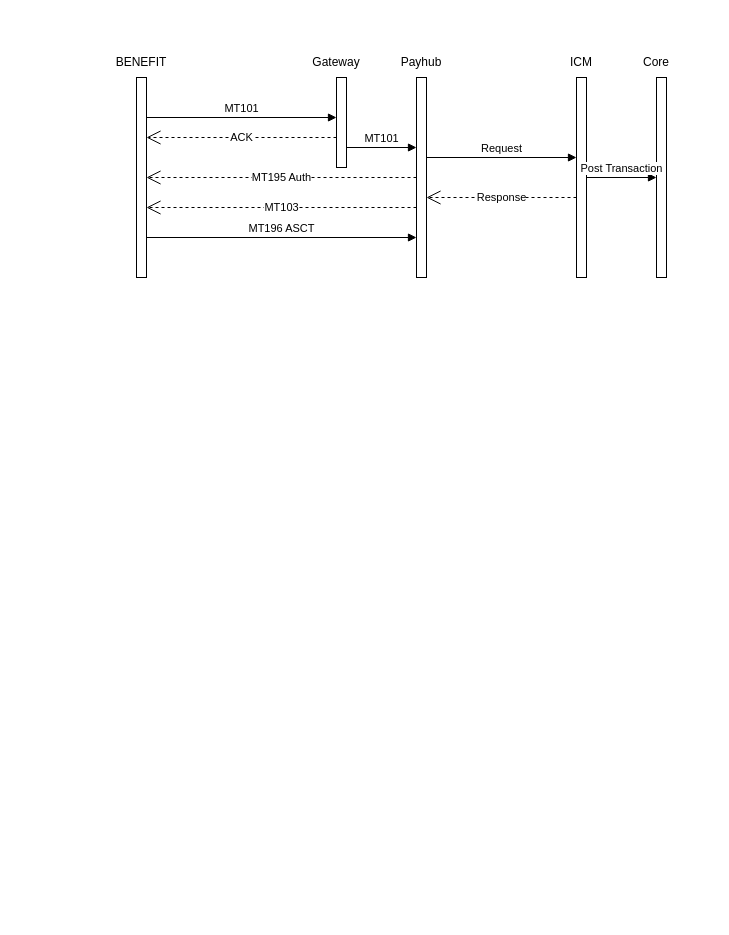
This is page "MT101-NRT" (3 of 3) of AspireMain.drawio from zakk616/avanza-UMLs, a draw.io file, before an edit. Source tidied: cells renumbered, new cells numbered last; positions are measured from the earlier drawing's top-left corner, leaving out a move shared by most shapes. Both pictures are drawn from the tidied source at 100%, with x=0, y=0 at pixel (111, 47).
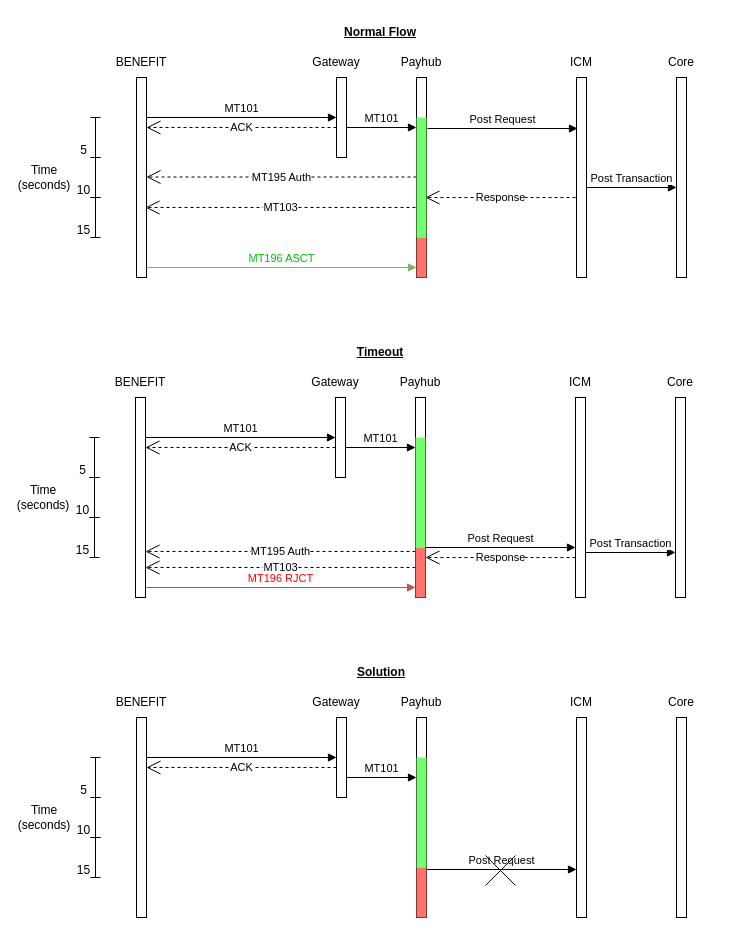
Above is the later version.

Commit message:
updated NRT flow diagram

Unchanged cells that the change refers to:
```xml
<mxCell id="4" style="html=1;points=[[0,0,0,0,5],[0,1,0,0,-5],[1,0,0,0,5],[1,1,0,0,-5]];perimeter=orthogonalPerimeter;outlineConnect=0;targetShapes=umlLifeline;portConstraint=eastwest;newEdgeStyle={&quot;curved&quot;:0,&quot;rounded&quot;:0};" parent="1" vertex="1">
  <mxGeometry x="305" y="30" width="10" height="200" as="geometry" />
</mxCell>
<mxCell id="5" style="html=1;points=[[0,0,0,0,5],[0,1,0,0,-5],[1,0,0,0,5],[1,1,0,0,-5]];perimeter=orthogonalPerimeter;outlineConnect=0;targetShapes=umlLifeline;portConstraint=eastwest;newEdgeStyle={&quot;curved&quot;:0,&quot;rounded&quot;:0};" parent="1" vertex="1">
  <mxGeometry x="465" y="30" width="10" height="200" as="geometry" />
</mxCell>
```

The edit, as a diff of the source:
```diff
@@
     <mxCell id="3" style="html=1;points=[[0,0,0,0,5],[0,1,0,0,-5],[1,0,0,0,5],[1,1,0,0,-5]];perimeter=orthogonalPerimeter;outlineConnect=0;targetShapes=umlLifeline;portConstraint=eastwest;newEdgeStyle={&quot;curved&quot;:0,&quot;rounded&quot;:0};" parent="1" vertex="1">
-      <mxGeometry x="225" y="30" width="10" height="90" as="geometry" />
+      <mxGeometry x="225" y="30" width="10" height="80" as="geometry" />
     </mxCell>
@@
     <mxCell id="6" style="html=1;points=[[0,0,0,0,5],[0,1,0,0,-5],[1,0,0,0,5],[1,1,0,0,-5]];perimeter=orthogonalPerimeter;outlineConnect=0;targetShapes=umlLifeline;portConstraint=eastwest;newEdgeStyle={&quot;curved&quot;:0,&quot;rounded&quot;:0};" parent="1" vertex="1">
-      <mxGeometry x="545" y="30" width="10" height="200" as="geometry" />
+      <mxGeometry x="565" y="30" width="10" height="200" as="geometry" />
     </mxCell>
@@
-    <mxCell id="8" value="MT101" style="html=1;verticalAlign=bottom;endArrow=block;curved=0;rounded=0;" parent="1" edge="1" target="4">
+    <mxCell id="8" value="MT101" style="html=1;verticalAlign=bottom;endArrow=block;curved=0;rounded=0;" parent="1" edge="1">
       <mxGeometry relative="1" as="geometry">
-        <mxPoint x="235" y="100" as="sourcePoint" />
+        <mxPoint x="235" y="80" as="sourcePoint" />
+        <mxPoint x="305" y="80" as="targetPoint" />
       </mxGeometry>
     </mxCell>
     <mxCell id="9" value="ACK" style="endArrow=open;endSize=12;dashed=1;html=1;rounded=0;" parent="1" edge="1">
       <mxGeometry relative="1" as="geometry">
-        <mxPoint x="225" y="90" as="sourcePoint" />
-        <mxPoint x="35" y="90" as="targetPoint" />
+        <mxPoint x="225" y="80" as="sourcePoint" />
+        <mxPoint x="35" y="80" as="targetPoint" />
       </mxGeometry>
     </mxCell>
-    <mxCell id="10" value="Request" style="html=1;verticalAlign=bottom;endArrow=block;curved=0;rounded=0;" parent="1" edge="1" target="5">
+    <mxCell id="10" value="Post Request" style="html=1;verticalAlign=bottom;endArrow=block;curved=0;rounded=0;" parent="1" edge="1">
       <mxGeometry relative="1" as="geometry">
-        <mxPoint x="315" y="110" as="sourcePoint" />
+        <mxPoint x="316" y="81" as="sourcePoint" />
+        <mxPoint x="466" y="81" as="targetPoint" />
       </mxGeometry>
     </mxCell>
     <mxCell id="11" value="MT195 Auth" style="endArrow=open;endSize=12;dashed=1;html=1;rounded=0;" parent="1" edge="1">
       <mxGeometry relative="1" as="geometry">
-        <mxPoint x="305" y="130" as="sourcePoint" />
-        <mxPoint x="35" y="130" as="targetPoint" />
+        <mxPoint x="305" y="129.5" as="sourcePoint" />
+        <mxPoint x="35" y="129.5" as="targetPoint" />
       </mxGeometry>
     </mxCell>
     <mxCell id="12" value="Response" style="endArrow=open;endSize=12;dashed=1;html=1;rounded=0;" parent="1" edge="1">
       <mxGeometry relative="1" as="geometry">
-        <mxPoint x="465" y="150" as="sourcePoint" />
-        <mxPoint x="315" y="150" as="targetPoint" />
+        <mxPoint x="464" y="150" as="sourcePoint" />
+        <mxPoint x="314" y="150" as="targetPoint" />
       </mxGeometry>
     </mxCell>
-    <mxCell id="13" value="Post Transaction" style="html=1;verticalAlign=bottom;endArrow=block;curved=0;rounded=0;" parent="1" edge="1" target="6">
+    <mxCell id="13" value="Post Transaction" style="html=1;verticalAlign=bottom;endArrow=block;curved=0;rounded=0;" parent="1" edge="1">
       <mxGeometry relative="1" as="geometry">
-        <mxPoint x="475" y="130" as="sourcePoint" />
+        <mxPoint x="475" y="140" as="sourcePoint" />
+        <mxPoint x="565" y="140" as="targetPoint" />
       </mxGeometry>
     </mxCell>
     <mxCell id="14" value="MT103" style="endArrow=open;endSize=12;dashed=1;html=1;rounded=0;" parent="1" edge="1">
       <mxGeometry relative="1" as="geometry">
-        <mxPoint x="305" y="160" as="sourcePoint" />
-        <mxPoint x="35" y="160" as="targetPoint" />
+        <mxPoint x="304" y="160" as="sourcePoint" />
+        <mxPoint x="34" y="160" as="targetPoint" />
       </mxGeometry>
     </mxCell>
-    <mxCell id="15" value="MT196 ASCT" style="html=1;verticalAlign=bottom;endArrow=block;curved=0;rounded=0;" parent="1" edge="1" target="4">
+    <mxCell id="15" value="&lt;font color=&quot;#00c203&quot;&gt;MT196 ASCT&lt;/font&gt;" style="html=1;verticalAlign=bottom;endArrow=block;curved=0;rounded=0;fillColor=#d5e8d4;strokeColor=#82b366;" parent="1" edge="1">
       <mxGeometry relative="1" as="geometry">
-        <mxPoint x="35" y="190" as="sourcePoint" />
+        <mxPoint x="35" y="220" as="sourcePoint" />
+        <mxPoint x="305" y="220" as="targetPoint" />
       </mxGeometry>
     </mxCell>
@@
     <mxCell id="20" value="Core" style="text;html=1;strokeColor=none;fillColor=none;align=center;verticalAlign=middle;whiteSpace=wrap;rounded=0;" parent="1" vertex="1">
-      <mxGeometry x="515" width="60" height="30" as="geometry" />
+      <mxGeometry x="540" width="60" height="30" as="geometry" />
     </mxCell>
+    <mxCell id="21" value="Normal Flow" style="text;html=1;strokeColor=none;fillColor=none;align=center;verticalAlign=middle;whiteSpace=wrap;rounded=0;fontStyle=5;" parent="1" vertex="1">
+      <mxGeometry x="214" y="-30" width="110" height="30" as="geometry" />
+    </mxCell>
+    <mxCell id="22" style="shape=crossbar;whiteSpace=wrap;html=1;rounded=1;direction=south;" parent="1" vertex="1">
+      <mxGeometry x="-21" y="70" width="10" height="40" as="geometry" />
+    </mxCell>
+    <mxCell id="23" style="shape=crossbar;whiteSpace=wrap;html=1;rounded=1;direction=south;" parent="1" vertex="1">
+      <mxGeometry x="-21" y="110" width="10" height="40" as="geometry" />
+    </mxCell>
+    <mxCell id="24" style="shape=crossbar;whiteSpace=wrap;html=1;rounded=1;direction=south;" parent="1" vertex="1">
+      <mxGeometry x="-21" y="150" width="10" height="40" as="geometry" />
+    </mxCell>
+    <mxCell id="25" value="5" style="text;html=1;strokeColor=none;fillColor=none;align=center;verticalAlign=middle;whiteSpace=wrap;rounded=0;" parent="1" vertex="1">
+      <mxGeometry x="-40" y="95" width="25" height="15" as="geometry" />
+    </mxCell>
+    <mxCell id="26" value="10" style="text;html=1;strokeColor=none;fillColor=none;align=center;verticalAlign=middle;whiteSpace=wrap;rounded=0;" parent="1" vertex="1">
+      <mxGeometry x="-40" y="135" width="25" height="15" as="geometry" />
+    </mxCell>
+    <mxCell id="27" value="15" style="text;html=1;strokeColor=none;fillColor=none;align=center;verticalAlign=middle;whiteSpace=wrap;rounded=0;" parent="1" vertex="1">
+      <mxGeometry x="-40" y="175" width="25" height="15" as="geometry" />
+    </mxCell>
+    <mxCell id="28" value="Time&lt;br&gt;(seconds)" style="text;html=1;strokeColor=none;fillColor=none;align=center;verticalAlign=middle;whiteSpace=wrap;rounded=0;" parent="1" vertex="1">
+      <mxGeometry x="-87" y="115" width="40" height="30" as="geometry" />
+    </mxCell>
+    <mxCell id="29" style="html=1;perimeter=orthogonalPerimeter;targetShapes=umlLifeline;newEdgeStyle={&quot;curved&quot;:0,&quot;rounded&quot;:0};" parent="1" vertex="1">
+      <mxGeometry x="24" y="350" width="10" height="200" as="geometry" />
+    </mxCell>
+    <mxCell id="30" style="html=1;points=[[0,0,0,0,5],[0,1,0,0,-5],[1,0,0,0,5],[1,1,0,0,-5]];perimeter=orthogonalPerimeter;outlineConnect=0;targetShapes=umlLifeline;portConstraint=eastwest;newEdgeStyle={&quot;curved&quot;:0,&quot;rounded&quot;:0};" parent="1" vertex="1">
+      <mxGeometry x="224" y="350" width="10" height="80" as="geometry" />
+    </mxCell>
+    <mxCell id="31" style="html=1;perimeter=orthogonalPerimeter;targetShapes=umlLifeline;newEdgeStyle={&quot;curved&quot;:0,&quot;rounded&quot;:0};" parent="1" vertex="1">
+      <mxGeometry x="304" y="350" width="10" height="200" as="geometry" />
+    </mxCell>
+    <mxCell id="32" style="html=1;perimeter=orthogonalPerimeter;targetShapes=umlLifeline;newEdgeStyle={&quot;curved&quot;:0,&quot;rounded&quot;:0};" parent="1" vertex="1">
+      <mxGeometry x="464" y="350" width="10" height="200" as="geometry" />
+    </mxCell>
+    <mxCell id="33" style="html=1;perimeter=orthogonalPerimeter;targetShapes=umlLifeline;newEdgeStyle={&quot;curved&quot;:0,&quot;rounded&quot;:0};" parent="1" vertex="1">
+      <mxGeometry x="564" y="350" width="10" height="200" as="geometry" />
+    </mxCell>
+    <mxCell id="34" value="MT101" style="html=1;verticalAlign=bottom;endArrow=block;curved=0;rounded=0;" parent="1" edge="1" target="30">
+      <mxGeometry relative="1" as="geometry">
+        <mxPoint x="34" y="390" as="sourcePoint" />
+      </mxGeometry>
+    </mxCell>
+    <mxCell id="35" value="MT101" style="html=1;verticalAlign=bottom;endArrow=block;curved=0;rounded=0;" parent="1" edge="1">
+      <mxGeometry relative="1" as="geometry">
+        <mxPoint x="234" y="400" as="sourcePoint" />
+        <mxPoint x="304" y="400" as="targetPoint" />
+      </mxGeometry>
+    </mxCell>
+    <mxCell id="36" value="ACK" style="endArrow=open;endSize=12;dashed=1;html=1;rounded=0;" parent="1" edge="1">
+      <mxGeometry relative="1" as="geometry">
+        <mxPoint x="224" y="400" as="sourcePoint" />
+        <mxPoint x="34" y="400" as="targetPoint" />
+      </mxGeometry>
+    </mxCell>
+    <mxCell id="37" value="Post Request" style="html=1;verticalAlign=bottom;endArrow=block;curved=0;rounded=0;" parent="1" edge="1">
+      <mxGeometry relative="1" as="geometry">
+        <mxPoint x="314" y="500" as="sourcePoint" />
+        <mxPoint x="464" y="500" as="targetPoint" />
+      </mxGeometry>
+    </mxCell>
+    <mxCell id="38" value="MT195 Auth" style="endArrow=open;endSize=12;dashed=1;html=1;rounded=0;" parent="1" edge="1">
+      <mxGeometry relative="1" as="geometry">
+        <mxPoint x="304" y="504" as="sourcePoint" />
+        <mxPoint x="34" y="504" as="targetPoint" />
+      </mxGeometry>
+    </mxCell>
+    <mxCell id="39" value="Response" style="endArrow=open;endSize=12;dashed=1;html=1;rounded=0;" parent="1" edge="1">
+      <mxGeometry relative="1" as="geometry">
+        <mxPoint x="464" y="510" as="sourcePoint" />
+        <mxPoint x="314" y="510" as="targetPoint" />
+      </mxGeometry>
+    </mxCell>
+    <mxCell id="40" value="Post Transaction" style="html=1;verticalAlign=bottom;endArrow=block;curved=0;rounded=0;" parent="1" edge="1">
+      <mxGeometry relative="1" as="geometry">
+        <mxPoint x="474" y="505" as="sourcePoint" />
+        <mxPoint x="564" y="505" as="targetPoint" />
+      </mxGeometry>
+    </mxCell>
+    <mxCell id="41" value="MT103" style="endArrow=open;endSize=12;dashed=1;html=1;rounded=0;" parent="1" edge="1">
+      <mxGeometry relative="1" as="geometry">
+        <mxPoint x="304" y="520" as="sourcePoint" />
+        <mxPoint x="34" y="520" as="targetPoint" />
+      </mxGeometry>
+    </mxCell>
+    <mxCell id="42" value="&lt;font color=&quot;#ff0000&quot;&gt;MT196 RJCT&lt;/font&gt;" style="html=1;verticalAlign=bottom;endArrow=block;curved=0;rounded=0;fillColor=#f8cecc;strokeColor=#b85450;" parent="1" edge="1">
+      <mxGeometry relative="1" as="geometry">
+        <mxPoint x="34" y="540" as="sourcePoint" />
+        <mxPoint x="304" y="540" as="targetPoint" />
+      </mxGeometry>
+    </mxCell>
+    <mxCell id="43" value="BENEFIT" style="text;html=1;strokeColor=none;fillColor=none;align=center;verticalAlign=middle;whiteSpace=wrap;rounded=0;" parent="1" vertex="1">
+      <mxGeometry x="-1" y="320" width="60" height="30" as="geometry" />
+    </mxCell>
+    <mxCell id="44" value="Gateway" style="text;html=1;strokeColor=none;fillColor=none;align=center;verticalAlign=middle;whiteSpace=wrap;rounded=0;" parent="1" vertex="1">
+      <mxGeometry x="194" y="320" width="60" height="30" as="geometry" />
+    </mxCell>
+    <mxCell id="45" value="Payhub" style="text;html=1;strokeColor=none;fillColor=none;align=center;verticalAlign=middle;whiteSpace=wrap;rounded=0;" parent="1" vertex="1">
+      <mxGeometry x="279" y="320" width="60" height="30" as="geometry" />
+    </mxCell>
+    <mxCell id="46" value="ICM" style="text;html=1;strokeColor=none;fillColor=none;align=center;verticalAlign=middle;whiteSpace=wrap;rounded=0;" parent="1" vertex="1">
+      <mxGeometry x="439" y="320" width="60" height="30" as="geometry" />
+    </mxCell>
+    <mxCell id="47" value="Core" style="text;html=1;strokeColor=none;fillColor=none;align=center;verticalAlign=middle;whiteSpace=wrap;rounded=0;" parent="1" vertex="1">
+      <mxGeometry x="539" y="320" width="60" height="30" as="geometry" />
+    </mxCell>
+    <mxCell id="48" value="Timeout" style="text;html=1;strokeColor=none;fillColor=none;align=center;verticalAlign=middle;whiteSpace=wrap;rounded=0;fontStyle=5;" parent="1" vertex="1">
+      <mxGeometry x="214" y="290" width="110" height="30" as="geometry" />
+    </mxCell>
+    <mxCell id="49" style="shape=crossbar;whiteSpace=wrap;html=1;rounded=1;direction=south;" parent="1" vertex="1">
+      <mxGeometry x="-22" y="390" width="10" height="40" as="geometry" />
+    </mxCell>
+    <mxCell id="50" style="shape=crossbar;whiteSpace=wrap;html=1;rounded=1;direction=south;" parent="1" vertex="1">
+      <mxGeometry x="-22" y="430" width="10" height="40" as="geometry" />
+    </mxCell>
+    <mxCell id="51" style="shape=crossbar;whiteSpace=wrap;html=1;rounded=1;direction=south;" parent="1" vertex="1">
+      <mxGeometry x="-22" y="470" width="10" height="40" as="geometry" />
+    </mxCell>
+    <mxCell id="52" value="5" style="text;html=1;strokeColor=none;fillColor=none;align=center;verticalAlign=middle;whiteSpace=wrap;rounded=0;" parent="1" vertex="1">
+      <mxGeometry x="-41" y="415" width="25" height="15" as="geometry" />
+    </mxCell>
+    <mxCell id="53" value="10" style="text;html=1;strokeColor=none;fillColor=none;align=center;verticalAlign=middle;whiteSpace=wrap;rounded=0;" parent="1" vertex="1">
+      <mxGeometry x="-41" y="455" width="25" height="15" as="geometry" />
+    </mxCell>
+    <mxCell id="54" value="15" style="text;html=1;strokeColor=none;fillColor=none;align=center;verticalAlign=middle;whiteSpace=wrap;rounded=0;" parent="1" vertex="1">
+      <mxGeometry x="-41" y="495" width="25" height="15" as="geometry" />
+    </mxCell>
+    <mxCell id="55" value="Time&lt;br&gt;(seconds)" style="text;html=1;strokeColor=none;fillColor=none;align=center;verticalAlign=middle;whiteSpace=wrap;rounded=0;" parent="1" vertex="1">
+      <mxGeometry x="-88" y="435" width="40" height="30" as="geometry" />
+    </mxCell>
+    <mxCell id="56" style="html=1;perimeter=orthogonalPerimeter;targetShapes=umlLifeline;newEdgeStyle={&quot;curved&quot;:0,&quot;rounded&quot;:0};" parent="1" vertex="1">
+      <mxGeometry x="25" y="670" width="10" height="200" as="geometry" />
+    </mxCell>
+    <mxCell id="57" style="html=1;points=[[0,0,0,0,5],[0,1,0,0,-5],[1,0,0,0,5],[1,1,0,0,-5]];perimeter=orthogonalPerimeter;outlineConnect=0;targetShapes=umlLifeline;portConstraint=eastwest;newEdgeStyle={&quot;curved&quot;:0,&quot;rounded&quot;:0};" parent="1" vertex="1">
+      <mxGeometry x="225" y="670" width="10" height="80" as="geometry" />
+    </mxCell>
+    <mxCell id="58" style="html=1;perimeter=orthogonalPerimeter;targetShapes=umlLifeline;newEdgeStyle={&quot;curved&quot;:0,&quot;rounded&quot;:0};" parent="1" vertex="1">
+      <mxGeometry x="305" y="670" width="10" height="200" as="geometry" />
+    </mxCell>
+    <mxCell id="59" style="html=1;perimeter=orthogonalPerimeter;targetShapes=umlLifeline;newEdgeStyle={&quot;curved&quot;:0,&quot;rounded&quot;:0};" parent="1" vertex="1">
+      <mxGeometry x="465" y="670" width="10" height="200" as="geometry" />
+    </mxCell>
+    <mxCell id="60" style="html=1;perimeter=orthogonalPerimeter;targetShapes=umlLifeline;newEdgeStyle={&quot;curved&quot;:0,&quot;rounded&quot;:0};" parent="1" vertex="1">
+      <mxGeometry x="565" y="670" width="10" height="200" as="geometry" />
+    </mxCell>
+    <mxCell id="61" value="MT101" style="html=1;verticalAlign=bottom;endArrow=block;curved=0;rounded=0;" parent="1" edge="1" target="57">
+      <mxGeometry relative="1" as="geometry">
+        <mxPoint x="35" y="710" as="sourcePoint" />
+      </mxGeometry>
+    </mxCell>
+    <mxCell id="62" value="MT101" style="html=1;verticalAlign=bottom;endArrow=block;curved=0;rounded=0;" parent="1" edge="1">
+      <mxGeometry relative="1" as="geometry">
+        <mxPoint x="235" y="730" as="sourcePoint" />
+        <mxPoint x="305" y="730" as="targetPoint" />
+      </mxGeometry>
+    </mxCell>
+    <mxCell id="63" value="ACK" style="endArrow=open;endSize=12;dashed=1;html=1;rounded=0;" parent="1" edge="1">
+      <mxGeometry relative="1" as="geometry">
+        <mxPoint x="225" y="720" as="sourcePoint" />
+        <mxPoint x="35" y="720" as="targetPoint" />
+      </mxGeometry>
+    </mxCell>
+    <mxCell id="64" value="Post Request" style="html=1;verticalAlign=bottom;endArrow=block;curved=0;rounded=0;" parent="1" edge="1">
+      <mxGeometry relative="1" as="geometry">
+        <mxPoint x="315" y="822" as="sourcePoint" />
+        <mxPoint x="465" y="822" as="targetPoint" />
+      </mxGeometry>
+    </mxCell>
+    <mxCell id="65" value="BENEFIT" style="text;html=1;strokeColor=none;fillColor=none;align=center;verticalAlign=middle;whiteSpace=wrap;rounded=0;" parent="1" vertex="1">
+      <mxGeometry y="640" width="60" height="30" as="geometry" />
+    </mxCell>
+    <mxCell id="66" value="Gateway" style="text;html=1;strokeColor=none;fillColor=none;align=center;verticalAlign=middle;whiteSpace=wrap;rounded=0;" parent="1" vertex="1">
+      <mxGeometry x="195" y="640" width="60" height="30" as="geometry" />
+    </mxCell>
+    <mxCell id="67" value="Payhub" style="text;html=1;strokeColor=none;fillColor=none;align=center;verticalAlign=middle;whiteSpace=wrap;rounded=0;" parent="1" vertex="1">
+      <mxGeometry x="280" y="640" width="60" height="30" as="geometry" />
+    </mxCell>
+    <mxCell id="68" value="ICM" style="text;html=1;strokeColor=none;fillColor=none;align=center;verticalAlign=middle;whiteSpace=wrap;rounded=0;" parent="1" vertex="1">
+      <mxGeometry x="440" y="640" width="60" height="30" as="geometry" />
+    </mxCell>
+    <mxCell id="69" value="Core" style="text;html=1;strokeColor=none;fillColor=none;align=center;verticalAlign=middle;whiteSpace=wrap;rounded=0;" parent="1" vertex="1">
+      <mxGeometry x="540" y="640" width="60" height="30" as="geometry" />
+    </mxCell>
+    <mxCell id="70" value="Solution" style="text;html=1;strokeColor=none;fillColor=none;align=center;verticalAlign=middle;whiteSpace=wrap;rounded=0;fontStyle=5;" parent="1" vertex="1">
+      <mxGeometry x="215" y="610" width="110" height="30" as="geometry" />
+    </mxCell>
+    <mxCell id="71" style="shape=crossbar;whiteSpace=wrap;html=1;rounded=1;direction=south;" parent="1" vertex="1">
+      <mxGeometry x="-21" y="710" width="10" height="40" as="geometry" />
+    </mxCell>
+    <mxCell id="72" style="shape=crossbar;whiteSpace=wrap;html=1;rounded=1;direction=south;" parent="1" vertex="1">
+      <mxGeometry x="-21" y="750" width="10" height="40" as="geometry" />
+    </mxCell>
+    <mxCell id="73" style="shape=crossbar;whiteSpace=wrap;html=1;rounded=1;direction=south;" parent="1" vertex="1">
+      <mxGeometry x="-21" y="790" width="10" height="40" as="geometry" />
+    </mxCell>
+    <mxCell id="74" value="5" style="text;html=1;strokeColor=none;fillColor=none;align=center;verticalAlign=middle;whiteSpace=wrap;rounded=0;" parent="1" vertex="1">
+      <mxGeometry x="-40" y="735" width="25" height="15" as="geometry" />
+    </mxCell>
+    <mxCell id="75" value="10" style="text;html=1;strokeColor=none;fillColor=none;align=center;verticalAlign=middle;whiteSpace=wrap;rounded=0;" parent="1" vertex="1">
+      <mxGeometry x="-40" y="775" width="25" height="15" as="geometry" />
+    </mxCell>
+    <mxCell id="76" value="15" style="text;html=1;strokeColor=none;fillColor=none;align=center;verticalAlign=middle;whiteSpace=wrap;rounded=0;" parent="1" vertex="1">
+      <mxGeometry x="-40" y="815" width="25" height="15" as="geometry" />
+    </mxCell>
+    <mxCell id="77" value="Time&lt;br&gt;(seconds)" style="text;html=1;strokeColor=none;fillColor=none;align=center;verticalAlign=middle;whiteSpace=wrap;rounded=0;" parent="1" vertex="1">
+      <mxGeometry x="-87" y="755" width="40" height="30" as="geometry" />
+    </mxCell>
+    <mxCell id="78" style="html=1;perimeter=orthogonalPerimeter;targetShapes=umlLifeline;newEdgeStyle={&quot;curved&quot;:0,&quot;rounded&quot;:0};fillColor=#73ff70;strokeColor=none;" parent="1" vertex="1">
+      <mxGeometry x="305" y="70" width="10" height="120" as="geometry" />
+    </mxCell>
+    <mxCell id="79" style="html=1;perimeter=orthogonalPerimeter;targetShapes=umlLifeline;newEdgeStyle={&quot;curved&quot;:0,&quot;rounded&quot;:0};fillColor=#ff726b;strokeColor=none;" parent="1" vertex="1">
+      <mxGeometry x="305" y="190" width="10" height="40" as="geometry" />
+    </mxCell>
+    <mxCell id="80" style="html=1;perimeter=orthogonalPerimeter;targetShapes=umlLifeline;newEdgeStyle={&quot;curved&quot;:0,&quot;rounded&quot;:0};fillColor=#73ff70;strokeColor=none;" parent="1" vertex="1">
+      <mxGeometry x="304" y="390" width="10" height="110" as="geometry" />
+    </mxCell>
+    <mxCell id="81" style="html=1;perimeter=orthogonalPerimeter;targetShapes=umlLifeline;newEdgeStyle={&quot;curved&quot;:0,&quot;rounded&quot;:0};fillColor=#ff726b;strokeColor=none;" parent="1" vertex="1">
+      <mxGeometry x="304" y="500" width="10" height="50" as="geometry" />
+    </mxCell>
+    <mxCell id="82" style="html=1;perimeter=orthogonalPerimeter;targetShapes=umlLifeline;newEdgeStyle={&quot;curved&quot;:0,&quot;rounded&quot;:0};fillColor=#73ff70;strokeColor=none;" parent="1" vertex="1">
+      <mxGeometry x="305" y="710" width="10" height="110" as="geometry" />
+    </mxCell>
+    <mxCell id="83" style="html=1;perimeter=orthogonalPerimeter;targetShapes=umlLifeline;newEdgeStyle={&quot;curved&quot;:0,&quot;rounded&quot;:0};fillColor=#ff726b;strokeColor=none;" parent="1" vertex="1">
+      <mxGeometry x="305" y="820" width="10" height="50" as="geometry" />
+    </mxCell>
+    <mxCell id="84" style="shape=umlDestroy;whiteSpace=wrap;html=1;strokeWidth=1;targetShapes=umlLifeline;fontStyle=1;" parent="1" vertex="1">
+      <mxGeometry x="374" y="808" width="30" height="30" as="geometry" />
+    </mxCell>
```
